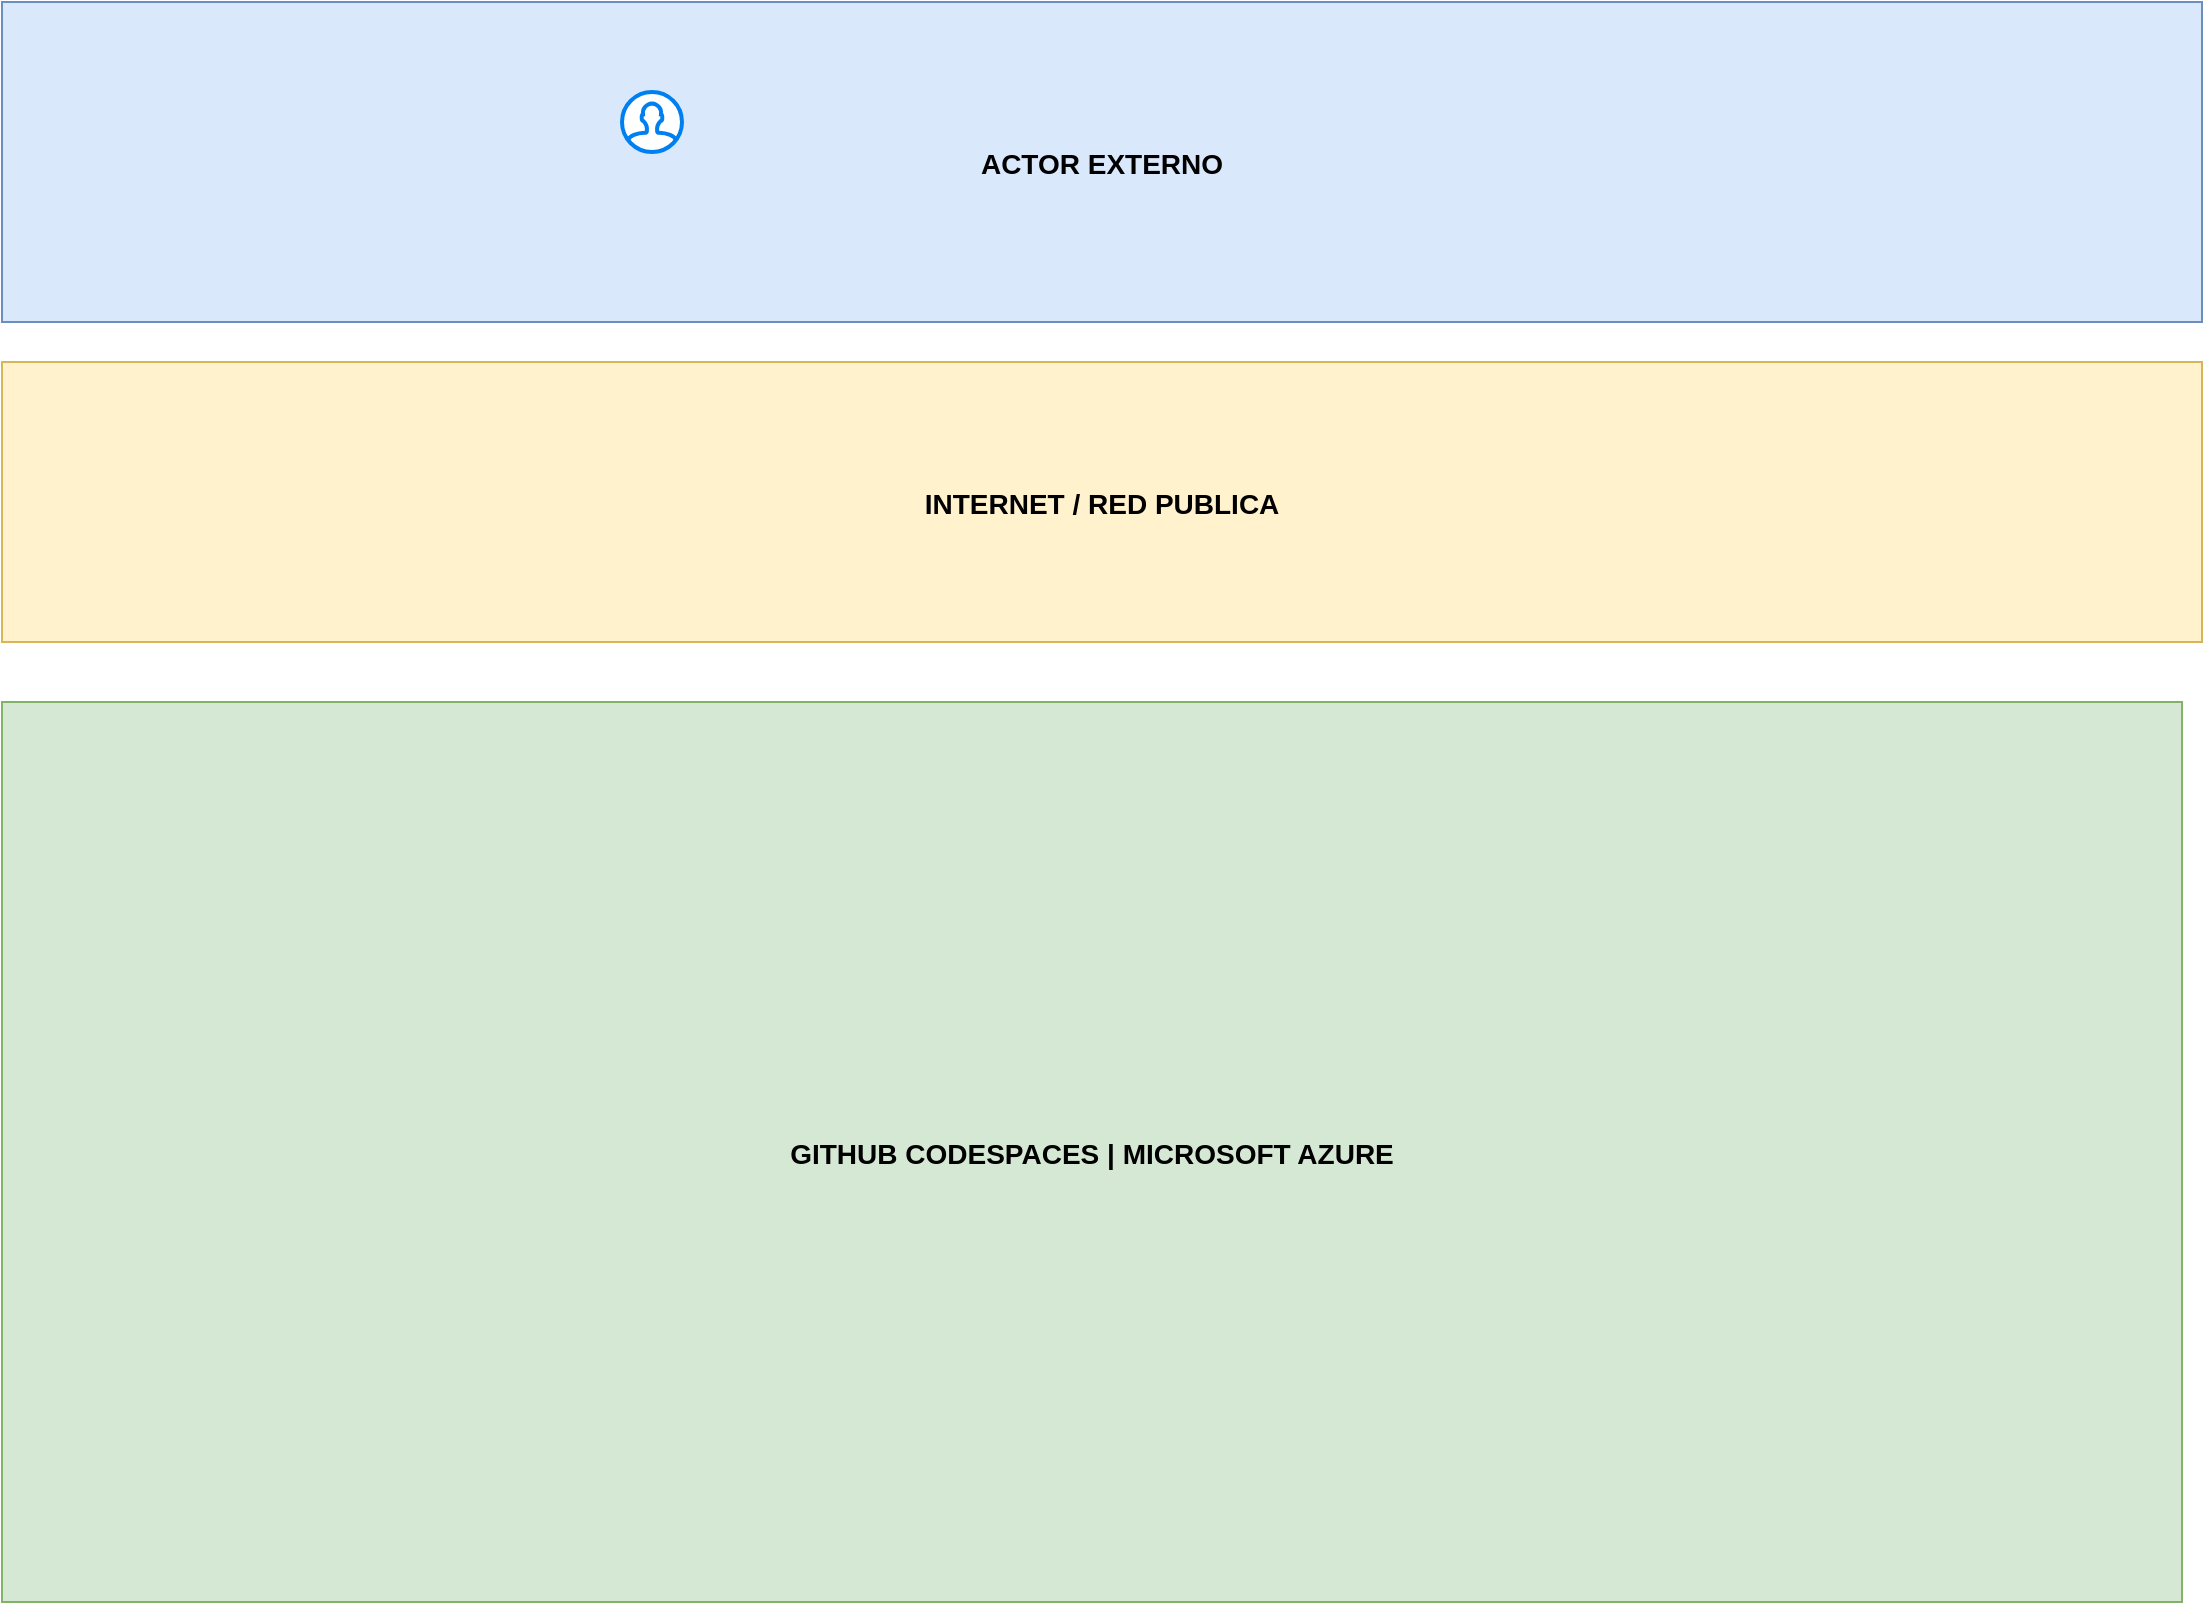
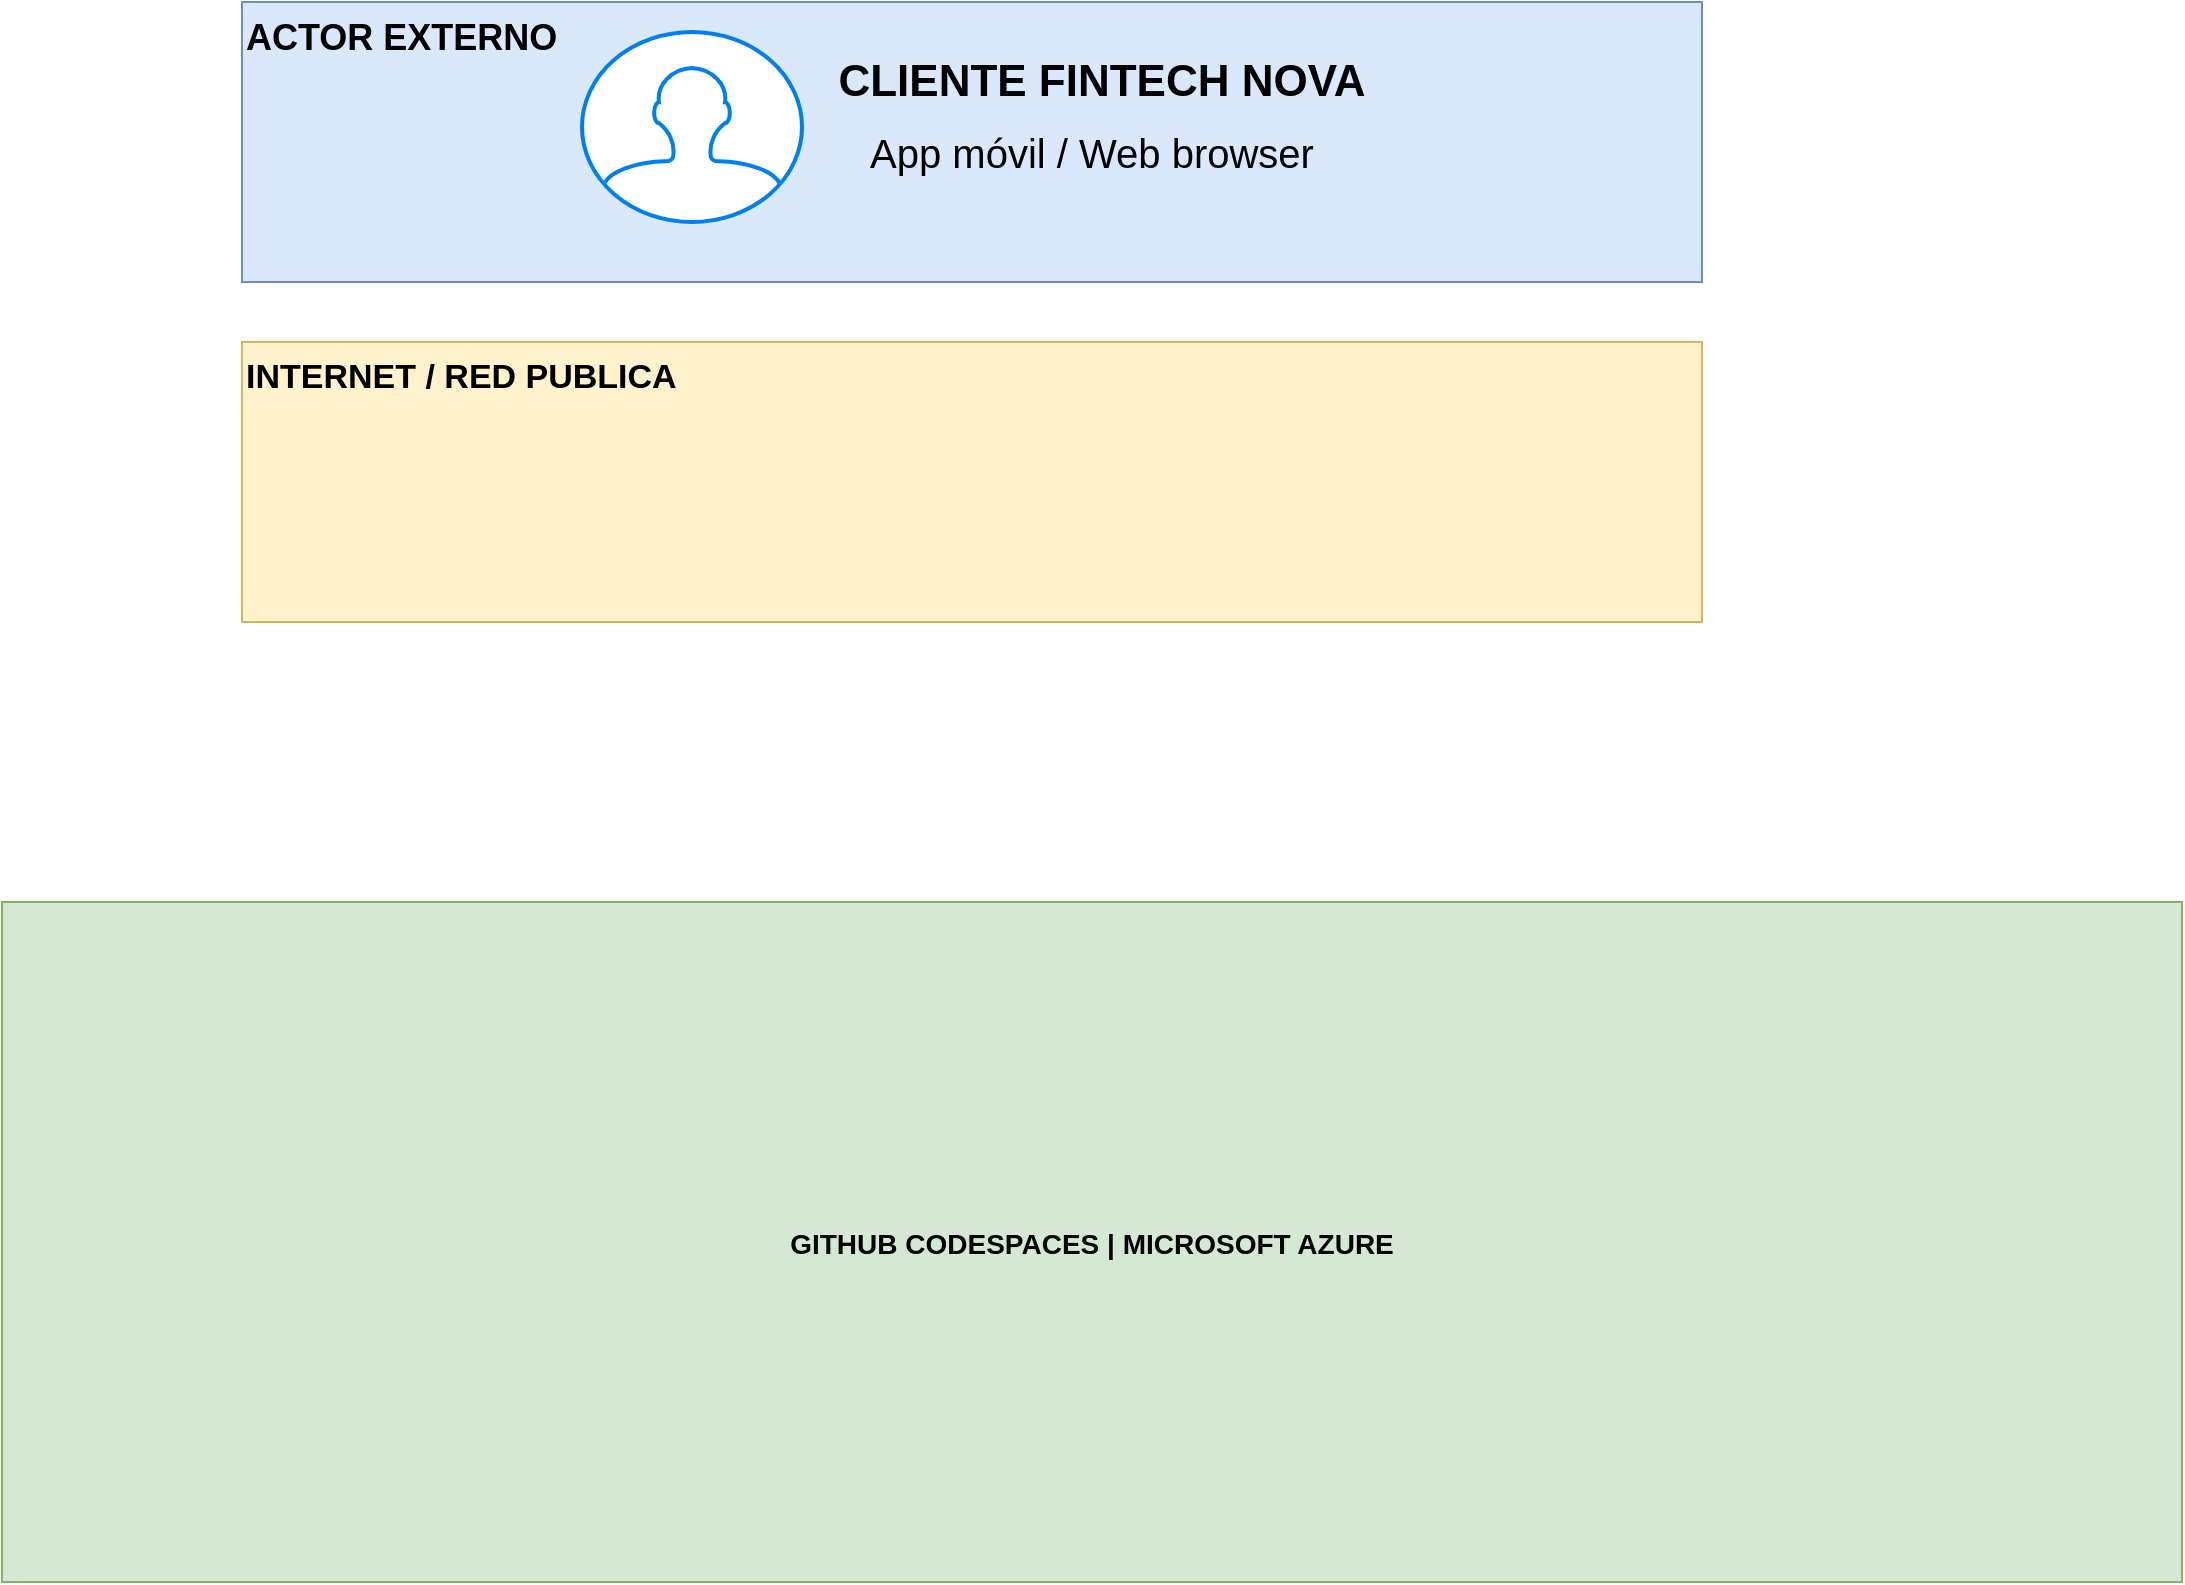
<mxfile host="app.diagrams.net">
  <diagram name="Página-1" id="2bYSpyA3Dfak7f0DMBfR">
    <mxGraphModel dx="1152" dy="1323" grid="1" gridSize="10" guides="1" tooltips="1" connect="1" arrows="1" fold="1" page="1" pageScale="1" pageWidth="1169" pageHeight="827" math="0" shadow="0">
      <root>
        <mxCell id="0" />
        <mxCell id="1" parent="0" />
-         <mxCell id="TyJ0rt2JkgR6ljCwjSKc-2" parent="1" style="fillColor=#dae8fc;strokeColor=#6c8ebf;fontSize=14;fontStyle=1;" value="ACTOR EXTERNO" vertex="1">
-           <mxGeometry height="160" width="1100" x="20" as="geometry" />
+         <mxCell id="TyJ0rt2JkgR6ljCwjSKc-2" parent="1" style="fillColor=#dae8fc;strokeColor=#6c8ebf;fontSize=18;fontStyle=1;align=left;verticalAlign=top;" value="ACTOR EXTERNO" vertex="1">
+           <mxGeometry height="140" width="730" x="140" y="10" as="geometry" />
        </mxCell>
-         <mxCell id="TyJ0rt2JkgR6ljCwjSKc-3" parent="1" style="fillColor=#fff2cc;strokeColor=#d6b656;fontSize=14;fontStyle=1;" value="INTERNET / RED PUBLICA" vertex="1">
-           <mxGeometry height="140" width="1100" x="20" y="180" as="geometry" />
+         <mxCell id="TyJ0rt2JkgR6ljCwjSKc-3" parent="1" style="fillColor=#fff2cc;strokeColor=#d6b656;fontSize=17;fontStyle=1;align=left;verticalAlign=top;" value="INTERNET / RED PUBLICA" vertex="1">
+           <mxGeometry height="140" width="730" x="140" y="180" as="geometry" />
        </mxCell>
        <mxCell id="TyJ0rt2JkgR6ljCwjSKc-4" parent="1" style="fillColor=#d5e8d4;strokeColor=#82b366;fontSize=14;fontStyle=1;" value="GITHUB CODESPACES | MICROSOFT AZURE" vertex="1">
-           <mxGeometry height="450" width="1090" x="20" y="350" as="geometry" />
+           <mxGeometry height="340" width="1090" x="20" y="460" as="geometry" />
        </mxCell>
        <mxCell id="TyJ0rt2JkgR6ljCwjSKc-5" parent="1" style="html=1;verticalLabelPosition=bottom;align=center;labelBackgroundColor=#ffffff;verticalAlign=top;strokeWidth=2;strokeColor=#0080F0;shadow=0;dashed=0;shape=mxgraph.ios7.icons.user;" value="" vertex="1">
-           <mxGeometry height="30" width="30" x="330" y="45" as="geometry" />
+           <mxGeometry height="95" width="110" x="310" y="25" as="geometry" />
+         </mxCell>
+         <mxCell id="TyJ0rt2JkgR6ljCwjSKc-8" parent="1" style="text;html=1;whiteSpace=wrap;strokeColor=none;fillColor=none;align=center;verticalAlign=middle;rounded=0;fontSize=16;" value="&lt;font style=&quot;font-size: 22px;&quot;&gt;&lt;b&gt;CLIENTE FINTECH NOVA&lt;/b&gt;&lt;/font&gt;" vertex="1">
+           <mxGeometry height="40" width="400" x="370" y="30" as="geometry" />
+         </mxCell>
+         <mxCell id="TyJ0rt2JkgR6ljCwjSKc-9" parent="1" style="text;html=1;whiteSpace=wrap;strokeColor=none;fillColor=none;align=center;verticalAlign=middle;rounded=0;fontSize=16;" value="&lt;font style=&quot;font-size: 20px; color: light-dark(rgb(0, 0, 0), rgb(156, 156, 156));&quot;&gt;App móvil / Web browser&lt;/font&gt;" vertex="1">
+           <mxGeometry height="30" width="240" x="445" y="70" as="geometry" />
        </mxCell>
      </root>
    </mxGraphModel>
  </diagram>
</mxfile>
